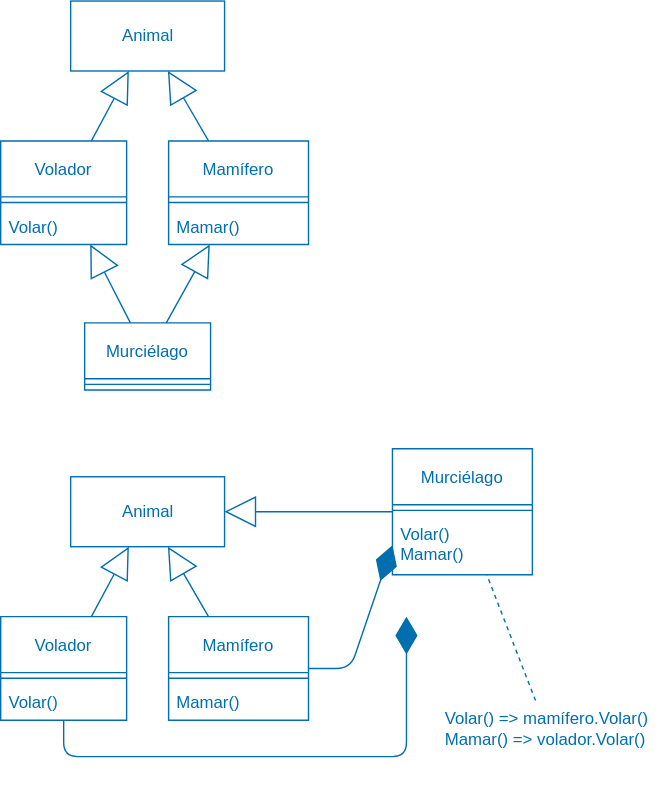
The draw.io diagram diagrams/Class_Diagram_Composition_Multiple_Inheritance.svg in ucudal/ANDIS_Conceptos, before a commit. Source tidied: cells renumbered, new cells last; positions are measured from the earlier drawing's top-left corner, leaving out a move shared by most shapes.
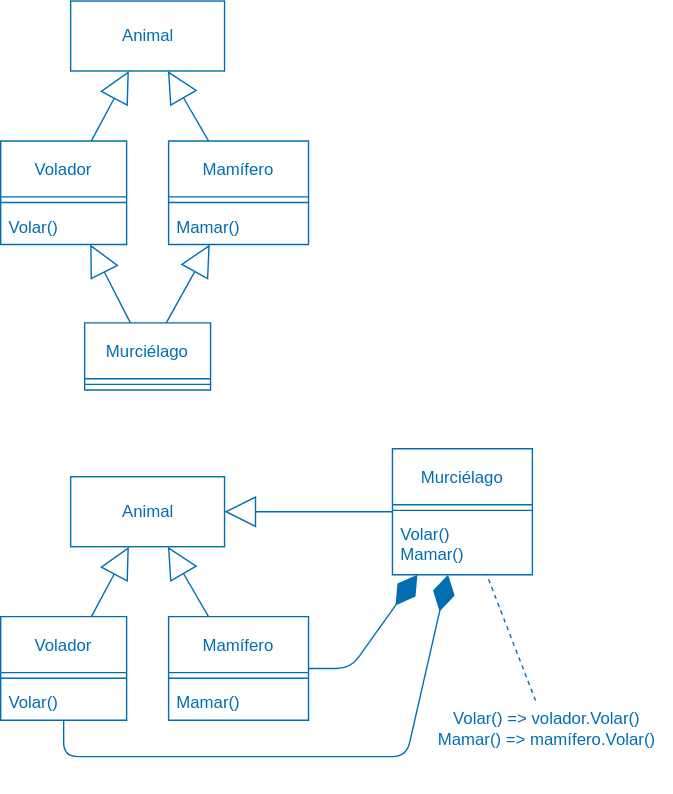
After the change.

The edit, as a diff of the source:
```diff
@@ -53,9 +53,8 @@
     <mxCell id="18" value="Volar()&#10;Mamar()" style="text;strokeColor=none;fillColor=none;align=left;verticalAlign=top;spacingLeft=4;spacingRight=4;overflow=hidden;points=[[0,0.5],[1,0.5]];portConstraint=eastwest;fontColor=#006EAF;" parent="16" vertex="1">
       <mxGeometry y="48" width="100" height="42" as="geometry" />
     </mxCell>
-    <mxCell id="19" style="endArrow=diamondThin;endFill=1;endSize=24;html=1;fontColor=#006EAF;fillColor=#1ba1e2;strokeColor=#006EAF;labelBackgroundColor=none;" parent="1" edge="1" source="26">
+    <mxCell id="19" style="endArrow=diamondThin;endFill=1;endSize=24;html=1;fontColor=#006EAF;fillColor=#1ba1e2;strokeColor=#006EAF;labelBackgroundColor=none;" parent="1" edge="1" source="26" target="16">
       <mxGeometry x="-0.58" y="31" relative="1" as="geometry">
-        <mxPoint x="290" y="440" as="targetPoint" />
         <Array as="points">
           <mxPoint x="45" y="540" />
           <mxPoint x="290" y="540" />
@@ -63,7 +62,7 @@
         <mxPoint x="1" as="offset" />
       </mxGeometry>
     </mxCell>
-    <mxCell id="20" style="endArrow=diamondThin;endFill=1;endSize=24;html=1;fontColor=#006EAF;fillColor=#1ba1e2;strokeColor=#006EAF;labelBackgroundColor=none;entryX=0;entryY=0.5;entryDx=0;entryDy=0;" parent="1" edge="1" source="27" target="18">
+    <mxCell id="20" style="endArrow=diamondThin;endFill=1;endSize=24;html=1;fontColor=#006EAF;fillColor=#1ba1e2;strokeColor=#006EAF;labelBackgroundColor=none;" parent="1" edge="1" source="27" target="16">
       <mxGeometry x="-0.52" y="-25" relative="1" as="geometry">
         <Array as="points">
           <mxPoint x="250" y="477" />
@@ -97,8 +96,8 @@
     <mxCell id="29" value="Mamar()" style="text;strokeColor=none;fillColor=none;align=left;verticalAlign=top;spacingLeft=4;spacingRight=4;overflow=hidden;fontColor=#006EAF;" parent="27" vertex="1">
       <mxGeometry y="48" width="100" height="26" as="geometry" />
     </mxCell>
-    <mxCell id="30" value="Volar() =&amp;gt; mamífero.Volar()&lt;br&gt;&lt;div style=&quot;text-align: left;&quot;&gt;&lt;span style=&quot;background-color: initial;&quot;&gt;Mamar() =&amp;gt; volador.Volar()&lt;/span&gt;&lt;/div&gt;" style="text;html=1;align=center;verticalAlign=middle;points=[];strokeColor=none;fillColor=none;fontColor=#006EAF;" parent="1" vertex="1">
-      <mxGeometry x="305" y="500" width="170" height="40" as="geometry" />
+    <mxCell id="30" value="Volar() =&amp;gt; volador.Volar()&lt;br&gt;&lt;div style=&quot;text-align: left;&quot;&gt;&lt;span style=&quot;background-color: initial;&quot;&gt;Mamar() =&amp;gt; mamífero.Volar()&lt;/span&gt;&lt;/div&gt;" style="text;html=1;align=center;verticalAlign=middle;points=[];strokeColor=none;fillColor=none;fontColor=#006EAF;" parent="1" vertex="1">
+      <mxGeometry x="300" y="500" width="180" height="40" as="geometry" />
     </mxCell>
     <mxCell id="31" style="edgeStyle=none;html=1;endArrow=none;endSize=12;dashed=1;verticalAlign=bottom;labelBackgroundColor=none;fontColor=#006EAF;fillColor=#1ba1e2;strokeColor=#006EAF;endFill=0;" parent="1" edge="1" source="30" target="16">
       <mxGeometry relative="1" as="geometry" />
```
